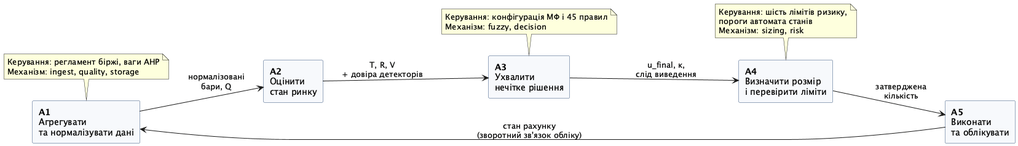
Before: docs/diagrams/idef0/a0_decomposition.png, a diagram exported from PlantUML (AndrZhuk/FuzzHelm). Its diagram source:
```plantuml
@startuml
left to right direction
skinparam defaultFontName "DejaVu Sans"
skinparam rectangle {
  BackgroundColor #F7F9FC
  BorderColor #33507A
}
rectangle "**A1**\nАгрегувати\nта нормалізувати дані" as A1
rectangle "**A2**\nОцінити\nстан ринку" as A2
rectangle "**A3**\nУхвалити\nнечітке рішення" as A3
rectangle "**A4**\nВизначити розмір\nі перевірити ліміти" as A4
rectangle "**A5**\nВиконати\nта облікувати" as A5

A1 --> A2 : нормалізовані\nбари, Q
A2 --> A3 : T, R, V\n+ довіра детекторів
A3 --> A4 : u_final, κ,\nслід виведення
A4 --> A5 : затверджена\nкількість
A5 --> A1 : стан рахунку\n(зворотний зв'язок обліку)

note top of A1
  Керування: регламент біржі, ваги AHP
  Механізм: ingest, quality, storage
end note
note top of A3
  Керування: конфігурація МФ і 45 правил
  Механізм: fuzzy, decision
end note
note top of A4
  Керування: шість лімітів ризику,
  пороги автомата станів
  Механізм: sizing, risk
end note
@enduml
```
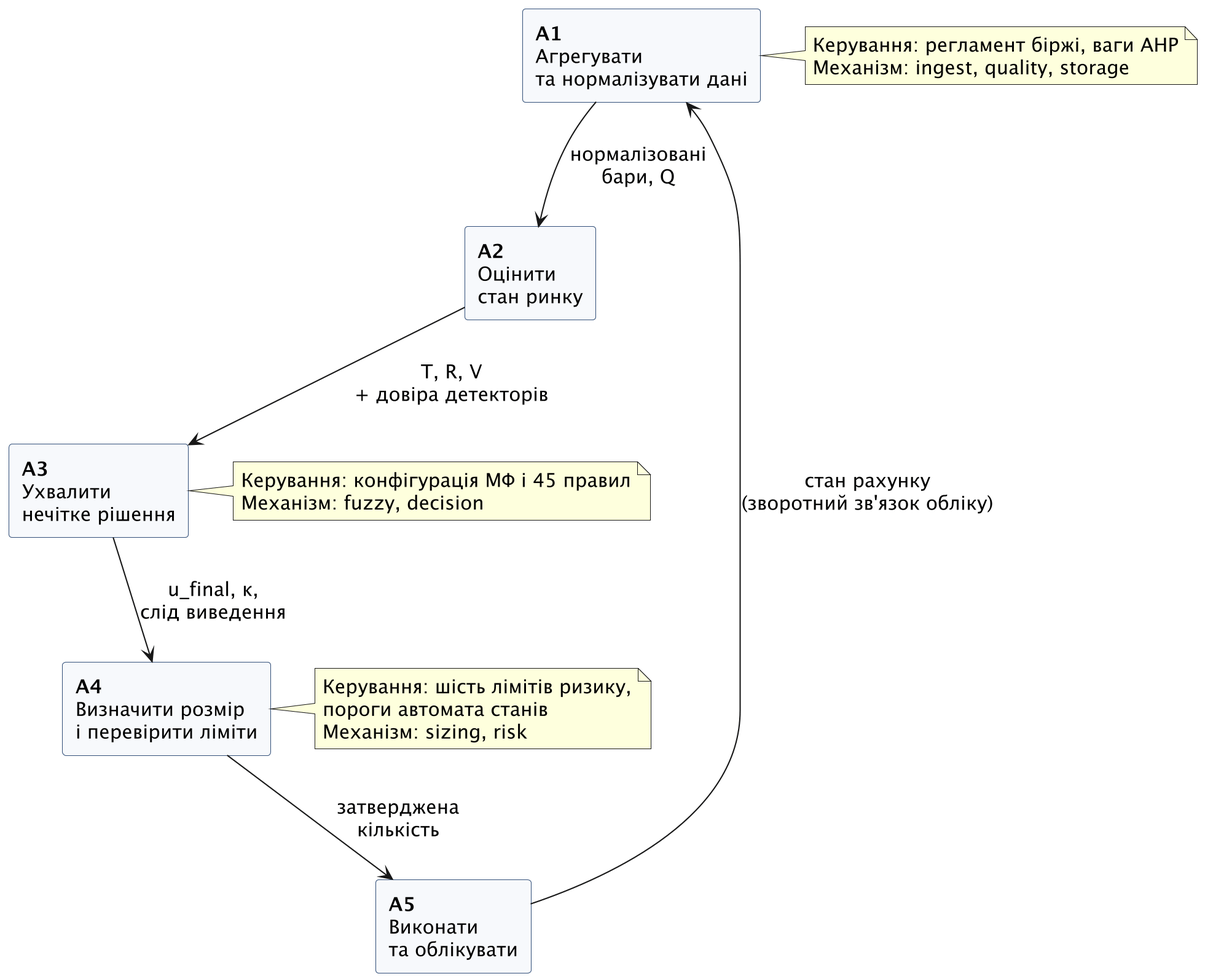
The same file after the commit.

Change to the diagram source:
```diff
@@ -1,6 +1,8 @@
 @startuml
-left to right direction
+top to bottom direction
+skinparam dpi 200
 skinparam defaultFontName "DejaVu Sans"
+skinparam defaultFontSize 15
 skinparam rectangle {
   BackgroundColor #F7F9FC
   BorderColor #33507A
@@ -17,15 +19,15 @@
 A4 --> A5 : затверджена\nкількість
 A5 --> A1 : стан рахунку\n(зворотний зв'язок обліку)
 
-note top of A1
+note right of A1
   Керування: регламент біржі, ваги AHP
   Механізм: ingest, quality, storage
 end note
-note top of A3
+note right of A3
   Керування: конфігурація МФ і 45 правил
   Механізм: fuzzy, decision
 end note
-note top of A4
+note right of A4
   Керування: шість лімітів ризику,
   пороги автомата станів
   Механізм: sizing, risk
```
